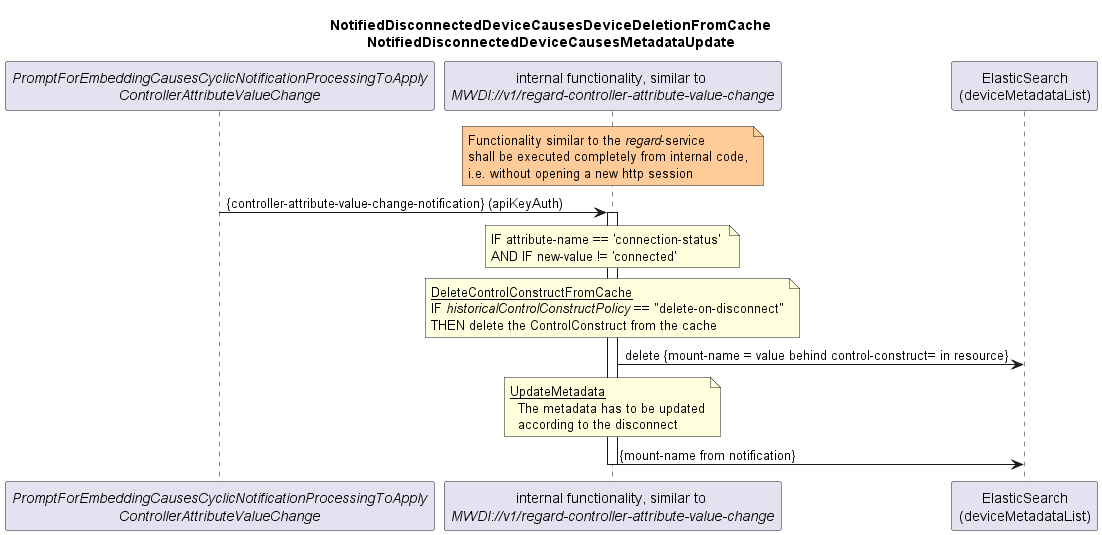
Above: spec/diagrams/021_NotificationBasedDeviceListSyncDisconnectUpdate.png in openBackhaul/MicroWaveDeviceInventory (PlantUML), before the change.
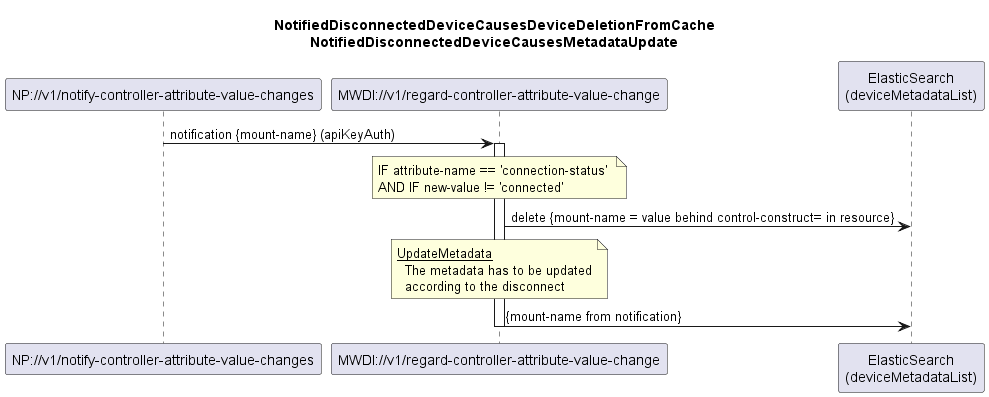
After the change.

Commit message:
Remove callback PromptForEmbeddingCausesCyclicNotificationProcessingToApplyControllerAttributeValueChange from /v1/embed-yourself (#1345)

Diff of the diagram source:
```diff
@@ -6,18 +6,11 @@
   NotifiedDisconnectedDeviceCausesMetadataUpdate
 end title
 
-participant "<i>PromptForEmbeddingCausesCyclicNotificationProcessingToApply</i>\n<i>ControllerAttributeValueChange</i>" as init
-participant "internal functionality, similar to \n<i>MWDI://v1/regard-controller-attribute-value-change</i>" as regardDisconnectedDevice
+participant "NP://v1/notify-controller-attribute-value-changes" as subscription
+participant "MWDI://v1/regard-controller-attribute-value-change" as regardDisconnectedDevice
 participant "ElasticSearch\n(deviceMetadataList)" as es
 
-
-note over regardDisconnectedDevice #ffcc99
-  Functionality similar to the <i>regard</i>-service
-  shall be executed completely from internal code,
-  i.e. without opening a new http session
-end note
-
-init -> regardDisconnectedDevice: {controller-attribute-value-change-notification} (apiKeyAuth)
+subscription -> regardDisconnectedDevice: notification {mount-name} (apiKeyAuth)
 activate regardDisconnectedDevice
 
 note over regardDisconnectedDevice
@@ -25,13 +18,7 @@
 AND IF new-value != 'connected'
 end note
 
-note over regardDisconnectedDevice
-  <u>DeleteControlConstructFromCache</u>
-  IF <i>historicalControlConstructPolicy</i> == "delete-on-disconnect"
-  THEN delete the ControlConstruct from the cache
-end note
 regardDisconnectedDevice -> es: delete {mount-name = value behind control-construct= in resource}
-
 
 note over regardDisconnectedDevice
   <u>UpdateMetadata</u>
```
